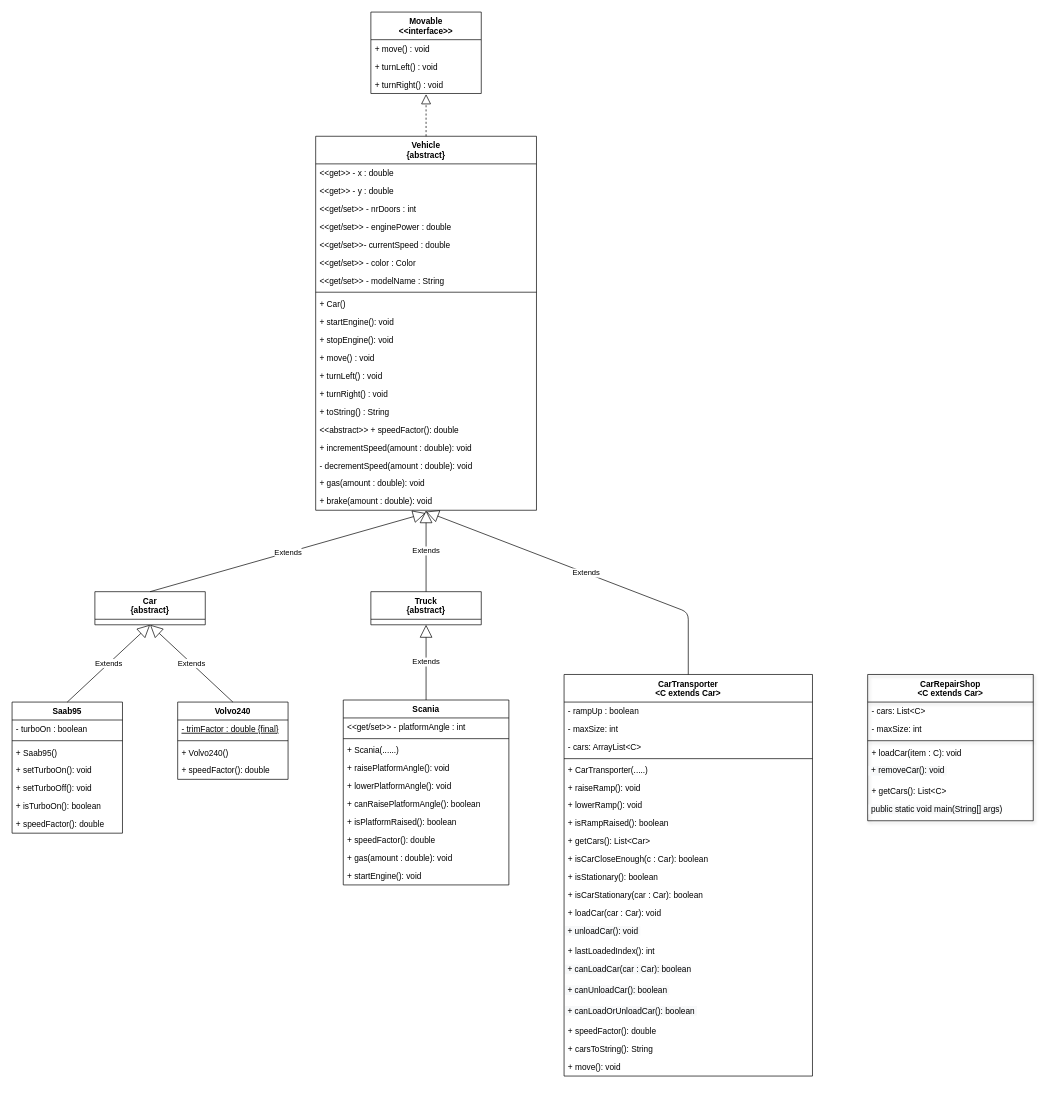
Above: Diagram.8.drawio in EugeneDvoryankov/DIT953-lab1 (draw.io), before the change. Source tidied: cells renumbered, new cells numbered last; positions are measured from the earlier drawing's top-left corner, leaving out a move shared by most shapes. Both pictures are drawn from the tidied source at 69%, with x=0, y=0 at pixel (12, 12).
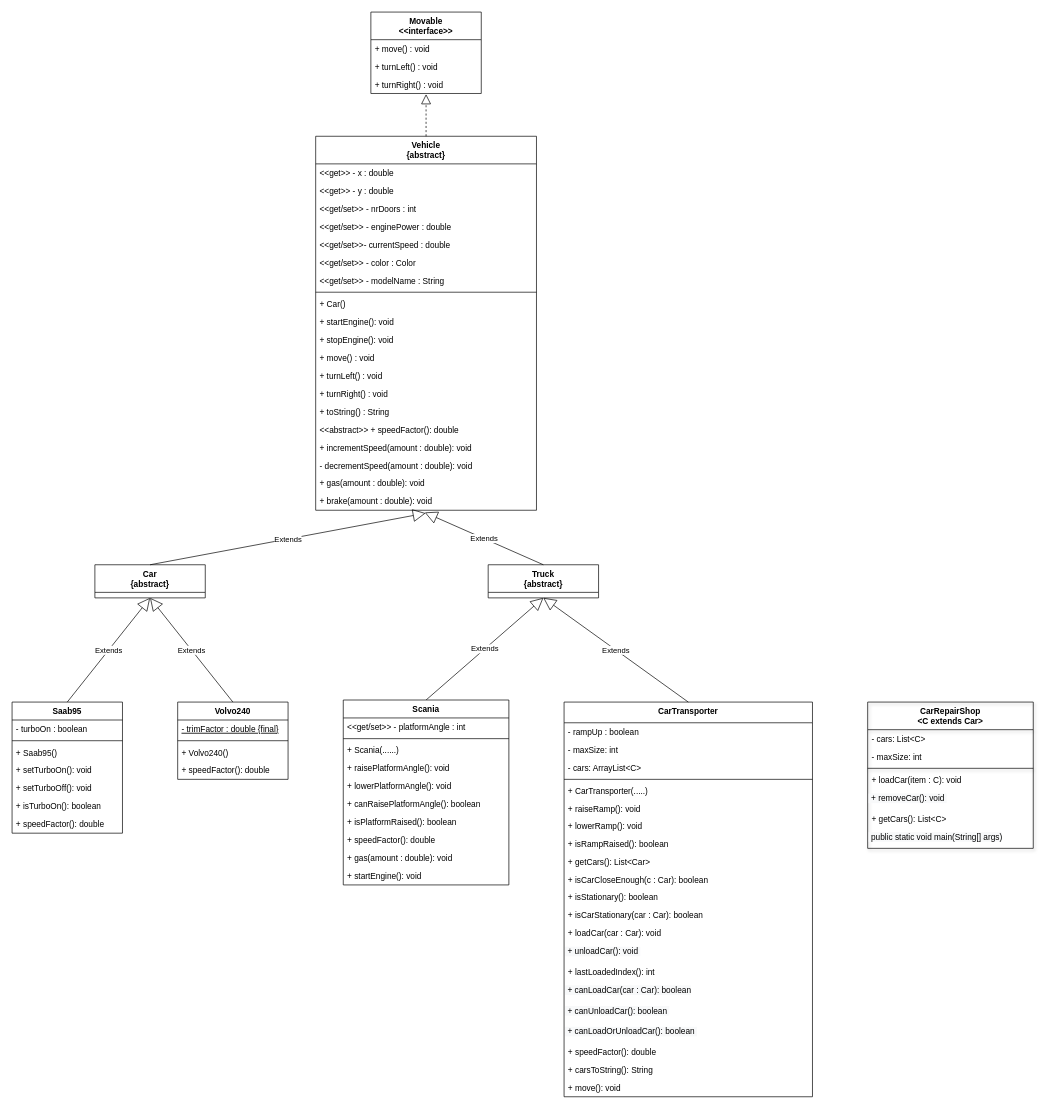
The same page after the edit.

Unchanged cells that the change refers to:
```xml
<mxCell id="48" value="+ brake(amount : double): void" style="text;strokeColor=none;fillColor=none;align=left;verticalAlign=top;spacingLeft=4;spacingRight=4;overflow=hidden;points=[[0,0.5],[1,0.5]];portConstraint=eastwest;" parent="28" vertex="1">
  <mxGeometry y="516" width="320" height="26" as="geometry" />
</mxCell>
```

What changed in the source:
```diff
@@
-    <mxCell id="2" value="CarTransporter&#10;&lt;C extends Car&gt;" style="swimlane;fontStyle=1;align=center;verticalAlign=top;horizontal=1;startSize=40;strokeColor=#000000;fillColor=none;" parent="1" vertex="1">
-      <mxGeometry x="800" y="960" width="360" height="582" as="geometry" />
+    <mxCell id="2" value="CarTransporter" style="swimlane;fontStyle=1;align=center;verticalAlign=top;horizontal=1;startSize=30;strokeColor=#000000;fillColor=none;" parent="1" vertex="1">
+      <mxGeometry x="800" y="1000" width="360" height="572" as="geometry" />
     </mxCell>
     <mxCell id="3" value="- rampUp : boolean&#10;" style="text;strokeColor=none;fillColor=none;align=left;verticalAlign=top;spacingLeft=4;spacingRight=4;overflow=hidden;fontStyle=0;" parent="2" vertex="1">
-      <mxGeometry y="40" width="360" height="26" as="geometry" />
+      <mxGeometry y="30" width="360" height="26" as="geometry" />
     </mxCell>
     <mxCell id="4" value="- maxSize: int" style="text;strokeColor=none;fillColor=none;align=left;verticalAlign=top;spacingLeft=4;spacingRight=4;overflow=hidden;" parent="2" vertex="1">
-      <mxGeometry y="66" width="360" height="26" as="geometry" />
+      <mxGeometry y="56" width="360" height="26" as="geometry" />
     </mxCell>
     <mxCell id="5" value="- cars: ArrayList&lt;C&gt;" style="text;strokeColor=none;fillColor=none;align=left;verticalAlign=top;spacingLeft=4;spacingRight=4;overflow=hidden;" parent="2" vertex="1">
-      <mxGeometry y="92" width="360" height="26" as="geometry" />
+      <mxGeometry y="82" width="360" height="26" as="geometry" />
     </mxCell>
     <mxCell id="6" style="line;strokeWidth=1;fillColor=none;align=left;verticalAlign=middle;spacingTop=-1;spacingLeft=3;spacingRight=3;labelPosition=right;" parent="2" vertex="1">
-      <mxGeometry y="118" width="360" height="8" as="geometry" />
+      <mxGeometry y="108" width="360" height="8" as="geometry" />
     </mxCell>
     <mxCell id="7" value="+ CarTransporter(.....)" style="text;strokeColor=none;fillColor=none;align=left;verticalAlign=top;spacingLeft=4;spacingRight=4;overflow=hidden;" parent="2" vertex="1">
-      <mxGeometry y="126" width="360" height="26" as="geometry" />
+      <mxGeometry y="116" width="360" height="26" as="geometry" />
     </mxCell>
     <mxCell id="8" value="+ raiseRamp(): void" style="text;strokeColor=none;fillColor=none;align=left;verticalAlign=top;spacingLeft=4;spacingRight=4;overflow=hidden;" parent="2" vertex="1">
-      <mxGeometry y="152" width="360" height="24" as="geometry" />
+      <mxGeometry y="142" width="360" height="24" as="geometry" />
     </mxCell>
     <mxCell id="9" value="+ lowerRamp(): void" style="text;strokeColor=none;fillColor=none;align=left;verticalAlign=top;spacingLeft=4;spacingRight=4;overflow=hidden;" parent="2" vertex="1">
-      <mxGeometry y="176" width="360" height="26" as="geometry" />
+      <mxGeometry y="166" width="360" height="26" as="geometry" />
     </mxCell>
     <mxCell id="10" value="+ isRampRaised(): boolean" style="text;strokeColor=none;fillColor=none;align=left;verticalAlign=top;spacingLeft=4;spacingRight=4;overflow=hidden;" parent="2" vertex="1">
-      <mxGeometry y="202" width="360" height="26" as="geometry" />
+      <mxGeometry y="192" width="360" height="26" as="geometry" />
     </mxCell>
     <mxCell id="11" value="+ getCars(): List&lt;Car&gt;" style="text;strokeColor=none;fillColor=none;align=left;verticalAlign=top;spacingLeft=4;spacingRight=4;overflow=hidden;shadow=1;" parent="2" vertex="1">
-      <mxGeometry y="228" width="360" height="26" as="geometry" />
+      <mxGeometry y="218" width="360" height="26" as="geometry" />
     </mxCell>
     <mxCell id="12" value="+ isCarCloseEnough(c : Car): boolean" style="text;strokeColor=none;fillColor=none;align=left;verticalAlign=top;spacingLeft=4;spacingRight=4;overflow=hidden;" parent="2" vertex="1">
-      <mxGeometry y="254" width="360" height="26" as="geometry" />
+      <mxGeometry y="244" width="360" height="26" as="geometry" />
     </mxCell>
     <mxCell id="13" value="+ isStationary(): boolean " style="text;strokeColor=none;fillColor=none;align=left;verticalAlign=top;spacingLeft=4;spacingRight=4;overflow=hidden;" parent="2" vertex="1">
-      <mxGeometry y="280" width="360" height="26" as="geometry" />
+      <mxGeometry y="270" width="360" height="26" as="geometry" />
     </mxCell>
     <mxCell id="14" value="+ isCarStationary(car : Car): boolean " style="text;strokeColor=none;fillColor=none;align=left;verticalAlign=top;spacingLeft=4;spacingRight=4;overflow=hidden;" parent="2" vertex="1">
-      <mxGeometry y="306" width="360" height="26" as="geometry" />
+      <mxGeometry y="296" width="360" height="26" as="geometry" />
     </mxCell>
     <mxCell id="15" value="+ loadCar(car : Car): void " style="text;strokeColor=none;fillColor=none;align=left;verticalAlign=top;spacingLeft=4;spacingRight=4;overflow=hidden;" parent="2" vertex="1">
-      <mxGeometry y="332" width="360" height="26" as="geometry" />
+      <mxGeometry y="322" width="360" height="26" as="geometry" />
     </mxCell>
     <mxCell id="16" value="&lt;span style=&quot;color: rgb(0 , 0 , 0) ; font-family: &amp;#34;helvetica&amp;#34; ; font-size: 12px ; font-style: normal ; font-weight: 400 ; letter-spacing: normal ; text-align: left ; text-indent: 0px ; text-transform: none ; word-spacing: 0px ; background-color: rgb(248 , 249 , 250) ; display: inline ; float: none&quot;&gt;&amp;nbsp;+ unloadCar(): void&amp;nbsp;&lt;/span&gt;" style="text;whiteSpace=wrap;html=1;fillColor=none;" parent="2" vertex="1">
-      <mxGeometry y="358" width="360" height="30" as="geometry" />
+      <mxGeometry y="348" width="360" height="30" as="geometry" />
     </mxCell>
     <mxCell id="17" value="+ lastLoadedIndex(): int" style="text;strokeColor=none;fillColor=none;align=left;verticalAlign=top;spacingLeft=4;spacingRight=4;overflow=hidden;shadow=1;" parent="2" vertex="1">
-      <mxGeometry y="388" width="360" height="26" as="geometry" />
+      <mxGeometry y="378" width="360" height="26" as="geometry" />
     </mxCell>
     <mxCell id="18" value="&lt;span style=&quot;color: rgb(0 , 0 , 0) ; font-family: &amp;#34;helvetica&amp;#34; ; font-size: 12px ; font-style: normal ; font-weight: 400 ; letter-spacing: normal ; text-align: left ; text-indent: 0px ; text-transform: none ; word-spacing: 0px ; background-color: rgb(248 , 249 , 250) ; display: inline ; float: none&quot;&gt;&amp;nbsp;+ canLoadCar(car : Car): boolean&lt;/span&gt;" style="text;whiteSpace=wrap;html=1;fillColor=none;" parent="2" vertex="1">
-      <mxGeometry y="414" width="360" height="30" as="geometry" />
+      <mxGeometry y="404" width="360" height="30" as="geometry" />
     </mxCell>
     <mxCell id="19" value="&lt;span style=&quot;color: rgb(0 , 0 , 0) ; font-family: &amp;#34;helvetica&amp;#34; ; font-size: 12px ; font-style: normal ; font-weight: 400 ; letter-spacing: normal ; text-align: left ; text-indent: 0px ; text-transform: none ; word-spacing: 0px ; background-color: rgb(248 , 249 , 250) ; display: inline ; float: none&quot;&gt;&amp;nbsp;+ canUnloadCar(): boolean&amp;nbsp;&lt;/span&gt;" style="text;whiteSpace=wrap;html=1;fillColor=none;" parent="2" vertex="1">
-      <mxGeometry y="444" width="360" height="30" as="geometry" />
+      <mxGeometry y="434" width="360" height="30" as="geometry" />
     </mxCell>
     <mxCell id="20" value="&lt;span style=&quot;color: rgb(0 , 0 , 0) ; font-family: &amp;#34;helvetica&amp;#34; ; font-size: 12px ; font-style: normal ; font-weight: 400 ; letter-spacing: normal ; text-align: left ; text-indent: 0px ; text-transform: none ; word-spacing: 0px ; background-color: rgb(248 , 249 , 250) ; display: inline ; float: none&quot;&gt;&amp;nbsp;+ canLoadOrUnloadCar(): boolean&amp;nbsp;&lt;/span&gt;" style="text;whiteSpace=wrap;html=1;fillColor=none;" parent="2" vertex="1">
-      <mxGeometry y="474" width="360" height="30" as="geometry" />
+      <mxGeometry y="464" width="360" height="30" as="geometry" />
     </mxCell>
     <mxCell id="21" value="+ speedFactor(): double" style="text;strokeColor=none;fillColor=none;align=left;verticalAlign=top;spacingLeft=4;spacingRight=4;overflow=hidden;" parent="2" vertex="1">
-      <mxGeometry y="504" width="360" height="26" as="geometry" />
+      <mxGeometry y="494" width="360" height="26" as="geometry" />
     </mxCell>
     <mxCell id="22" value="+ carsToString(): String" style="text;strokeColor=none;fillColor=none;align=left;verticalAlign=top;spacingLeft=4;spacingRight=4;overflow=hidden;" parent="2" vertex="1">
-      <mxGeometry y="530" width="360" height="26" as="geometry" />
+      <mxGeometry y="520" width="360" height="26" as="geometry" />
     </mxCell>
     <mxCell id="23" value="+ move(): void" style="text;strokeColor=none;fillColor=none;align=left;verticalAlign=top;spacingLeft=4;spacingRight=4;overflow=hidden;" parent="2" vertex="1">
-      <mxGeometry y="556" width="360" height="26" as="geometry" />
+      <mxGeometry y="546" width="360" height="26" as="geometry" />
     </mxCell>
@@
     <mxCell id="66" value="Car&#10;{abstract}" style="swimlane;fontStyle=1;align=center;verticalAlign=top;horizontal=1;startSize=40;" parent="1" vertex="1">
-      <mxGeometry x="120" y="840" width="160" height="48" as="geometry" />
+      <mxGeometry x="120" y="801" width="160" height="48" as="geometry" />
     </mxCell>
     <mxCell id="67" value="Truck&#10;{abstract}" style="swimlane;fontStyle=1;align=center;verticalAlign=top;horizontal=1;startSize=40;" parent="1" vertex="1">
-      <mxGeometry x="520" y="840" width="160" height="48" as="geometry" />
+      <mxGeometry x="690" y="801" width="160" height="48" as="geometry" />
     </mxCell>
@@
-    <mxCell id="69" value="Extends" style="endArrow=block;endSize=16;endFill=0;html=1;exitX=0.5;exitY=0;exitDx=0;exitDy=0;" parent="1" edge="1" source="67" target="48">
+    <mxCell id="69" value="Extends" style="endArrow=block;endSize=16;endFill=0;html=1;exitX=0.5;exitY=0;exitDx=0;exitDy=0;entryX=0.494;entryY=1.123;entryDx=0;entryDy=0;entryPerimeter=0;" parent="1" edge="1" source="67" target="48">
       <mxGeometry relative="1" as="geometry" />
     </mxCell>
-    <mxCell id="70" value="Extends" style="endArrow=block;endSize=16;endFill=0;html=1;exitX=0.5;exitY=0;exitDx=0;exitDy=0;" parent="1" edge="1" source="2">
-      <mxGeometry relative="1" as="geometry">
-        <mxPoint x="600" y="724" as="targetPoint" />
-        <Array as="points">
-          <mxPoint x="980" y="870" />
-        </Array>
-      </mxGeometry>
-    </mxCell>
@@
     <mxCell id="82" value="CarRepairShop&#10;&lt;C extends Car&gt;" style="swimlane;fontStyle=1;align=center;verticalAlign=top;horizontal=1;startSize=40;strokeColor=#000000;fillColor=none;shadow=1;" parent="1" vertex="1">
-      <mxGeometry x="1240" y="960" width="240" height="212" as="geometry" />
+      <mxGeometry x="1240" y="1000" width="240" height="212" as="geometry" />
     </mxCell>
@@
+    <mxCell id="70" value="Extends" style="endArrow=block;endSize=16;endFill=0;html=1;exitX=0.5;exitY=0;exitDx=0;exitDy=0;entryX=0.5;entryY=1;entryDx=0;entryDy=0;" parent="1" edge="1" source="2" target="67">
+      <mxGeometry relative="1" as="geometry" />
+    </mxCell>
```
